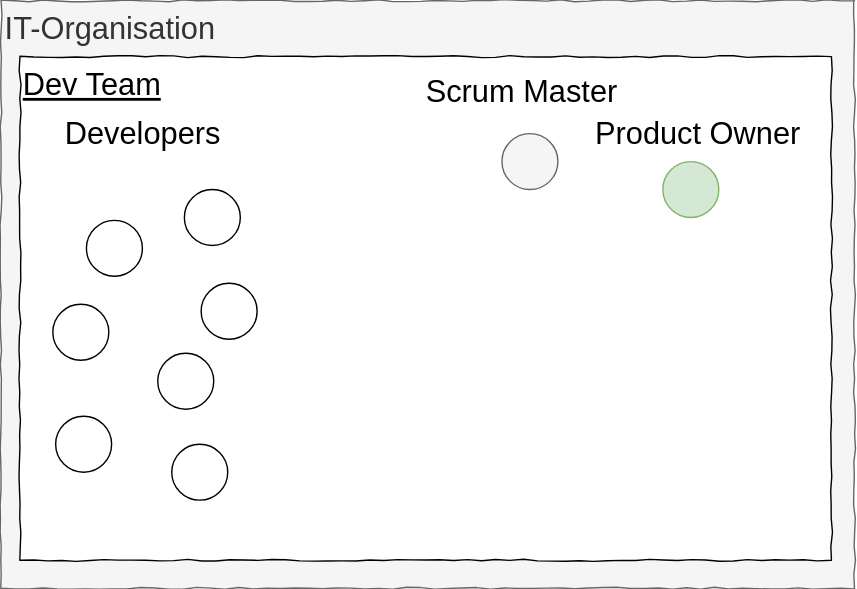
This is img/diagram_32.svg from iteratec/techcamp-devops-slides, a draw.io export, as it was before one commit. Source tidied: cells renumbered, new cells last; positions are measured from the earlier drawing's top-left corner, leaving out a move shared by most shapes. The source it was exported from:
```xml
<mxGraphModel>
  <root>
    <mxCell id="0" />
    <mxCell id="1" parent="0" />
    <mxCell id="2" value="IT-Organisation" style="rounded=0;whiteSpace=wrap;html=1;comic=1;fontSize=22;align=left;verticalAlign=top;fillColor=#f5f5f5;strokeColor=#666666;fontColor=#333333;" parent="1" vertex="1">
      <mxGeometry width="610" height="420" as="geometry" />
    </mxCell>
    <mxCell id="3" value="Dev Team" style="rounded=0;whiteSpace=wrap;html=1;comic=1;fontSize=22;align=left;verticalAlign=top;fontStyle=4;" parent="1" vertex="1">
      <mxGeometry x="13.5" y="40" width="580" height="360" as="geometry" />
    </mxCell>
    <mxCell id="4" style="ellipse;whiteSpace=wrap;html=1;rounded=0;shadow=0;glass=0;comic=1;strokeColor=#000000;strokeWidth=1;fillColor=#ffffff;gradientColor=#ffffff;fontSize=22;align=left;" parent="1" vertex="1">
      <mxGeometry x="61" y="157" width="40" height="40" as="geometry" />
    </mxCell>
    <mxCell id="5" style="ellipse;whiteSpace=wrap;html=1;rounded=0;shadow=0;glass=0;comic=1;strokeColor=#000000;strokeWidth=1;fillColor=#ffffff;gradientColor=#ffffff;fontSize=22;align=left;" parent="1" vertex="1">
      <mxGeometry x="131" y="134.5" width="40" height="40" as="geometry" />
    </mxCell>
    <mxCell id="6" style="ellipse;whiteSpace=wrap;html=1;rounded=0;shadow=0;glass=0;comic=1;strokeColor=#000000;strokeWidth=1;fillColor=#ffffff;gradientColor=#ffffff;fontSize=22;align=left;" parent="1" vertex="1">
      <mxGeometry x="143" y="202" width="40" height="40" as="geometry" />
    </mxCell>
    <mxCell id="7" style="ellipse;whiteSpace=wrap;html=1;rounded=0;shadow=0;glass=0;comic=1;strokeColor=#000000;strokeWidth=1;fillColor=#ffffff;gradientColor=#ffffff;fontSize=22;align=left;" parent="1" vertex="1">
      <mxGeometry x="112" y="252" width="40" height="40" as="geometry" />
    </mxCell>
    <mxCell id="8" style="ellipse;whiteSpace=wrap;html=1;rounded=0;shadow=0;glass=0;comic=1;strokeColor=#000000;strokeWidth=1;fillColor=#ffffff;gradientColor=#ffffff;fontSize=22;align=left;" parent="1" vertex="1">
      <mxGeometry x="36.5" y="217" width="40" height="40" as="geometry" />
    </mxCell>
    <mxCell id="9" style="ellipse;whiteSpace=wrap;html=1;rounded=0;shadow=0;glass=0;comic=1;strokeColor=#000000;strokeWidth=1;fillColor=#ffffff;gradientColor=#ffffff;fontSize=22;align=left;" parent="1" vertex="1">
      <mxGeometry x="39" y="297" width="40" height="40" as="geometry" />
    </mxCell>
    <mxCell id="10" style="ellipse;whiteSpace=wrap;html=1;rounded=0;shadow=0;glass=0;comic=1;strokeColor=#000000;strokeWidth=1;fillColor=#ffffff;gradientColor=#ffffff;fontSize=22;align=left;" parent="1" vertex="1">
      <mxGeometry x="122" y="317" width="40" height="40" as="geometry" />
    </mxCell>
    <mxCell id="11" style="ellipse;whiteSpace=wrap;html=1;rounded=0;shadow=0;glass=0;comic=1;strokeColor=#666666;strokeWidth=1;fillColor=#f5f5f5;fontSize=22;align=left;fontColor=#333333;" parent="1" vertex="1">
      <mxGeometry x="358" y="95" width="40" height="40" as="geometry" />
    </mxCell>
    <mxCell id="12" value="Developers" style="text;html=1;align=left;verticalAlign=top;spacingTop=-4;fontSize=22;" parent="1" vertex="1">
      <mxGeometry x="43.5" y="80" width="130" height="30" as="geometry" />
    </mxCell>
    <mxCell id="13" style="ellipse;whiteSpace=wrap;html=1;rounded=0;shadow=0;glass=0;comic=1;strokeColor=#82b366;strokeWidth=1;fillColor=#d5e8d4;fontSize=22;align=left;" parent="1" vertex="1">
      <mxGeometry x="473" y="115" width="40" height="40" as="geometry" />
    </mxCell>
    <mxCell id="14" value="Scrum Master" style="text;html=1;align=left;verticalAlign=top;spacingTop=-4;fontSize=22;" parent="1" vertex="1">
      <mxGeometry x="301.5" y="50" width="150" height="30" as="geometry" />
    </mxCell>
    <mxCell id="15" value="Product Owner" style="text;html=1;align=left;verticalAlign=top;spacingTop=-4;fontSize=22;" parent="1" vertex="1">
      <mxGeometry x="423" y="80" width="160" height="30" as="geometry" />
    </mxCell>
  </root>
</mxGraphModel>
```
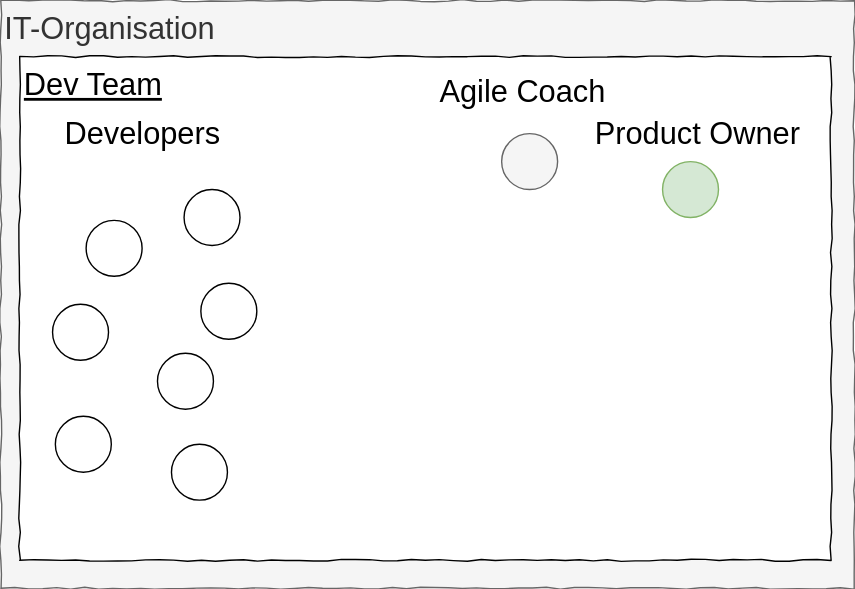
The same file after the commit.

Change to the diagram source:
```diff
@@ -38,8 +38,8 @@
     <mxCell id="13" style="ellipse;whiteSpace=wrap;html=1;rounded=0;shadow=0;glass=0;comic=1;strokeColor=#82b366;strokeWidth=1;fillColor=#d5e8d4;fontSize=22;align=left;" parent="1" vertex="1">
       <mxGeometry x="473" y="115" width="40" height="40" as="geometry" />
     </mxCell>
-    <mxCell id="14" value="Scrum Master" style="text;html=1;align=left;verticalAlign=top;spacingTop=-4;fontSize=22;" parent="1" vertex="1">
-      <mxGeometry x="301.5" y="50" width="150" height="30" as="geometry" />
+    <mxCell id="14" value="Agile Coach" style="text;html=1;align=left;verticalAlign=top;spacingTop=-4;fontSize=22;" parent="1" vertex="1">
+      <mxGeometry x="311.5" y="50" width="130" height="30" as="geometry" />
     </mxCell>
     <mxCell id="15" value="Product Owner" style="text;html=1;align=left;verticalAlign=top;spacingTop=-4;fontSize=22;" parent="1" vertex="1">
       <mxGeometry x="423" y="80" width="160" height="30" as="geometry" />
```
